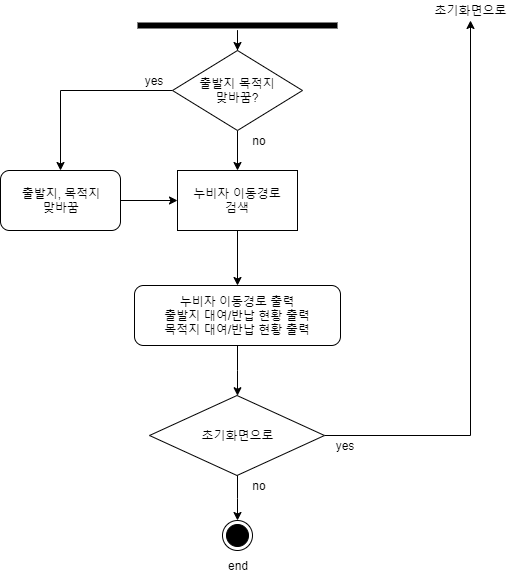
chisacam/CWNU19SE_2B keeps this draw.io diagram as 2nd_homework/activity_diagram/activity-bottom.png. Above is the earlier version. Source tidied: cells renumbered, new cells last; positions are measured from the earlier drawing's top-left corner, leaving out a move shared by most shapes.
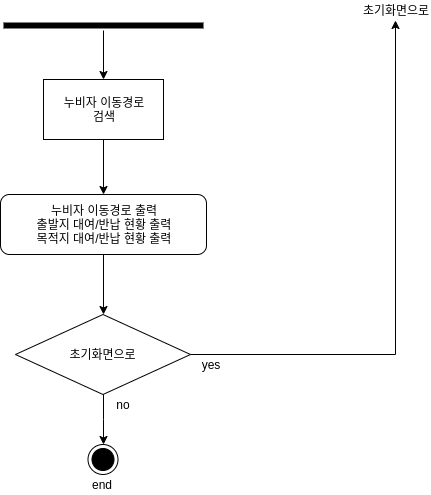
After the commit.

Commit message:
update activity-diagram

Diff of the diagram source:
```diff
@@ -2,68 +2,47 @@
   <root>
     <mxCell id="0" />
     <mxCell id="1" parent="0" />
-    <mxCell id="2" style="edgeStyle=orthogonalEdgeStyle;rounded=0;jettySize=auto;html=1;strokeColor=#000000;" parent="1" edge="1" source="3" target="16">
-      <mxGeometry relative="1" as="geometry" />
-    </mxCell>
-    <mxCell id="3" style="shape=line;html=1;strokeWidth=6;strokeColor=#000000;" parent="1" vertex="1">
-      <mxGeometry x="137" y="20" width="200" height="10" as="geometry" />
-    </mxCell>
+    <mxCell id="6" style="edgeStyle=orthogonalEdgeStyle;rounded=0;jettySize=auto;html=1;entryX=0.5;entryY=0;entryDx=0;entryDy=0;strokeColor=#000000;exitX=0.5;exitY=1;exitDx=0;exitDy=0;" parent="1" edge="1" source="7" target="5">
+      <mxGeometry relative="1" as="geometry" />
+    </mxCell>
+    <mxCell id="23" style="edgeStyle=orthogonalEdgeStyle;rounded=0;jettySize=auto;html=1;strokeColor=#000000;entryX=0.5;entryY=0;entryDx=0;entryDy=0;" parent="1" edge="1" source="24" target="7">
+      <mxGeometry relative="1" as="geometry" />
+    </mxCell>
+    <mxCell id="24" style="shape=line;html=1;strokeWidth=6;strokeColor=#000000;" parent="1" vertex="1">
+      <mxGeometry x="833" y="-1180" width="200" height="10" as="geometry" />
+    </mxCell>
-    <mxCell id="4" style="edgeStyle=orthogonalEdgeStyle;rounded=0;jettySize=auto;html=1;strokeColor=#000000;" parent="1" edge="1" source="5" target="10">
+    <mxCell id="4" style="edgeStyle=orthogonalEdgeStyle;rounded=0;jettySize=auto;html=1;entryX=0.5;entryY=0;entryDx=0;entryDy=0;strokeColor=#000000;" parent="1" edge="1" source="5" target="10">
       <mxGeometry relative="1" as="geometry" />
     </mxCell>
     <mxCell id="5" value="누비자 이동경로 출력&lt;br&gt;출발지 대여/반납 현황 출력&lt;br&gt;목적지 대여/반납 현황 출력" style="rounded=1;whiteSpace=wrap;html=1;" parent="1" vertex="1">
-      <mxGeometry x="134" y="285" width="206" height="60" as="geometry" />
+      <mxGeometry x="830" y="-1006" width="206" height="60" as="geometry" />
     </mxCell>
-    <mxCell id="6" style="edgeStyle=orthogonalEdgeStyle;rounded=0;jettySize=auto;html=1;entryX=0.5;entryY=0;entryDx=0;entryDy=0;" parent="1" edge="1" source="7" target="5">
-      <mxGeometry relative="1" as="geometry" />
-    </mxCell>
     <mxCell id="7" value="누비자 이동경로&lt;br&gt;검색" style="rounded=0;whiteSpace=wrap;html=1;strokeColor=#000000;" parent="1" vertex="1">
-      <mxGeometry x="177" y="170" width="120" height="60" as="geometry" />
+      <mxGeometry x="873" y="-1121" width="120" height="60" as="geometry" />
     </mxCell>
-    <mxCell id="8" style="edgeStyle=orthogonalEdgeStyle;rounded=0;jettySize=auto;html=1;entryX=0.5;entryY=0;entryDx=0;entryDy=0;" parent="1" edge="1" source="10" target="11">
-      <mxGeometry relative="1" as="geometry" />
-    </mxCell>
+    <mxCell id="25" style="edgeStyle=orthogonalEdgeStyle;rounded=0;jettySize=auto;html=1;entryX=0.5;entryY=0;entryDx=0;entryDy=0;" parent="1" edge="1" source="10" target="26">
+      <mxGeometry relative="1" as="geometry" />
+    </mxCell>
     <mxCell id="9" style="edgeStyle=orthogonalEdgeStyle;rounded=0;jettySize=auto;html=1;" parent="1" edge="1" source="10" target="22">
       <mxGeometry relative="1" as="geometry" />
     </mxCell>
     <mxCell id="10" value="초기화면으로" style="rhombus;whiteSpace=wrap;html=1;strokeColor=#000000;" parent="1" vertex="1">
-      <mxGeometry x="149" y="395" width="175" height="80" as="geometry" />
+      <mxGeometry x="845" y="-886" width="175" height="80" as="geometry" />
     </mxCell>
-    <mxCell id="11" style="ellipse;html=1;shape=endState;fillColor=#000000;strokeColor=#000000;" parent="1" vertex="1">
-      <mxGeometry x="222" y="520" width="30" height="30" as="geometry" />
-    </mxCell>
-    <mxCell id="12" value="yes" style="text;html=1;strokeColor=none;fillColor=none;align=center;verticalAlign=middle;whiteSpace=wrap;rounded=0;" parent="1" vertex="1">
-      <mxGeometry x="324" y="435" width="40" height="20" as="geometry" />
-    </mxCell>
-    <mxCell id="13" value="no" style="text;html=1;strokeColor=none;fillColor=none;align=center;verticalAlign=middle;whiteSpace=wrap;rounded=0;" parent="1" vertex="1">
-      <mxGeometry x="238.5" y="475" width="40" height="20" as="geometry" />
-    </mxCell>
-    <mxCell id="14" style="edgeStyle=orthogonalEdgeStyle;rounded=0;jettySize=auto;html=1;entryX=0.5;entryY=0;entryDx=0;entryDy=0;strokeColor=#000000;" parent="1" edge="1" source="16" target="7">
-      <mxGeometry relative="1" as="geometry" />
-    </mxCell>
-    <mxCell id="15" style="edgeStyle=orthogonalEdgeStyle;rounded=0;jettySize=auto;html=1;entryX=0.5;entryY=0;entryDx=0;entryDy=0;strokeColor=#000000;" parent="1" edge="1" source="16" target="18">
-      <mxGeometry relative="1" as="geometry" />
-    </mxCell>
-    <mxCell id="16" value="출발지 목적지&lt;br&gt;맞바꿈?" style="rhombus;whiteSpace=wrap;html=1;strokeColor=#000000;" parent="1" vertex="1">
-      <mxGeometry x="172" y="50" width="130" height="80" as="geometry" />
-    </mxCell>
-    <mxCell id="17" style="edgeStyle=orthogonalEdgeStyle;rounded=0;jettySize=auto;html=1;entryX=0;entryY=0.5;entryDx=0;entryDy=0;strokeColor=#000000;" parent="1" edge="1" source="18" target="7">
-      <mxGeometry relative="1" as="geometry" />
-    </mxCell>
-    <mxCell id="18" value="출발지, 목적지&lt;br&gt;맞바꿈" style="rounded=1;whiteSpace=wrap;html=1;strokeColor=#000000;" parent="1" vertex="1">
-      <mxGeometry y="170" width="120" height="60" as="geometry" />
-    </mxCell>
+    <mxCell id="26" style="ellipse;html=1;shape=endState;fillColor=#000000;strokeColor=#000000;" parent="1" vertex="1">
+      <mxGeometry x="917.5" y="-756" width="30" height="30" as="geometry" />
+    </mxCell>
+    <mxCell id="27" value="yes" style="text;html=1;strokeColor=none;fillColor=none;align=center;verticalAlign=middle;whiteSpace=wrap;rounded=0;" parent="1" vertex="1">
+      <mxGeometry x="1020" y="-846" width="40" height="20" as="geometry" />
+    </mxCell>
     <mxCell id="19" value="end" style="text;html=1;strokeColor=none;fillColor=none;align=center;verticalAlign=middle;whiteSpace=wrap;rounded=0;" parent="1" vertex="1">
-      <mxGeometry x="217" y="555" width="40" height="20" as="geometry" />
+      <mxGeometry x="910.5" y="-726" width="40" height="20" as="geometry" />
     </mxCell>
-    <mxCell id="20" value="yes" style="text;html=1;strokeColor=none;fillColor=none;align=center;verticalAlign=middle;whiteSpace=wrap;rounded=0;" parent="1" vertex="1">
-      <mxGeometry x="132.5" y="70" width="40" height="20" as="geometry" />
-    </mxCell>
-    <mxCell id="21" value="no" style="text;html=1;strokeColor=none;fillColor=none;align=center;verticalAlign=middle;whiteSpace=wrap;rounded=0;" parent="1" vertex="1">
-      <mxGeometry x="238.5" y="130" width="40" height="20" as="geometry" />
-    </mxCell>
+    <mxCell id="28" value="no" style="text;html=1;strokeColor=none;fillColor=none;align=center;verticalAlign=middle;whiteSpace=wrap;rounded=0;" parent="1" vertex="1">
+      <mxGeometry x="933" y="-806" width="40" height="20" as="geometry" />
+    </mxCell>
     <mxCell id="22" value="초기화면으로" style="text;html=1;strokeColor=none;fillColor=none;align=center;verticalAlign=middle;whiteSpace=wrap;rounded=0;" parent="1" vertex="1">
-      <mxGeometry x="430" width="80" height="20" as="geometry" />
+      <mxGeometry x="1190" y="-1200" width="70" height="20" as="geometry" />
     </mxCell>
   </root>
 </mxGraphModel>
```
